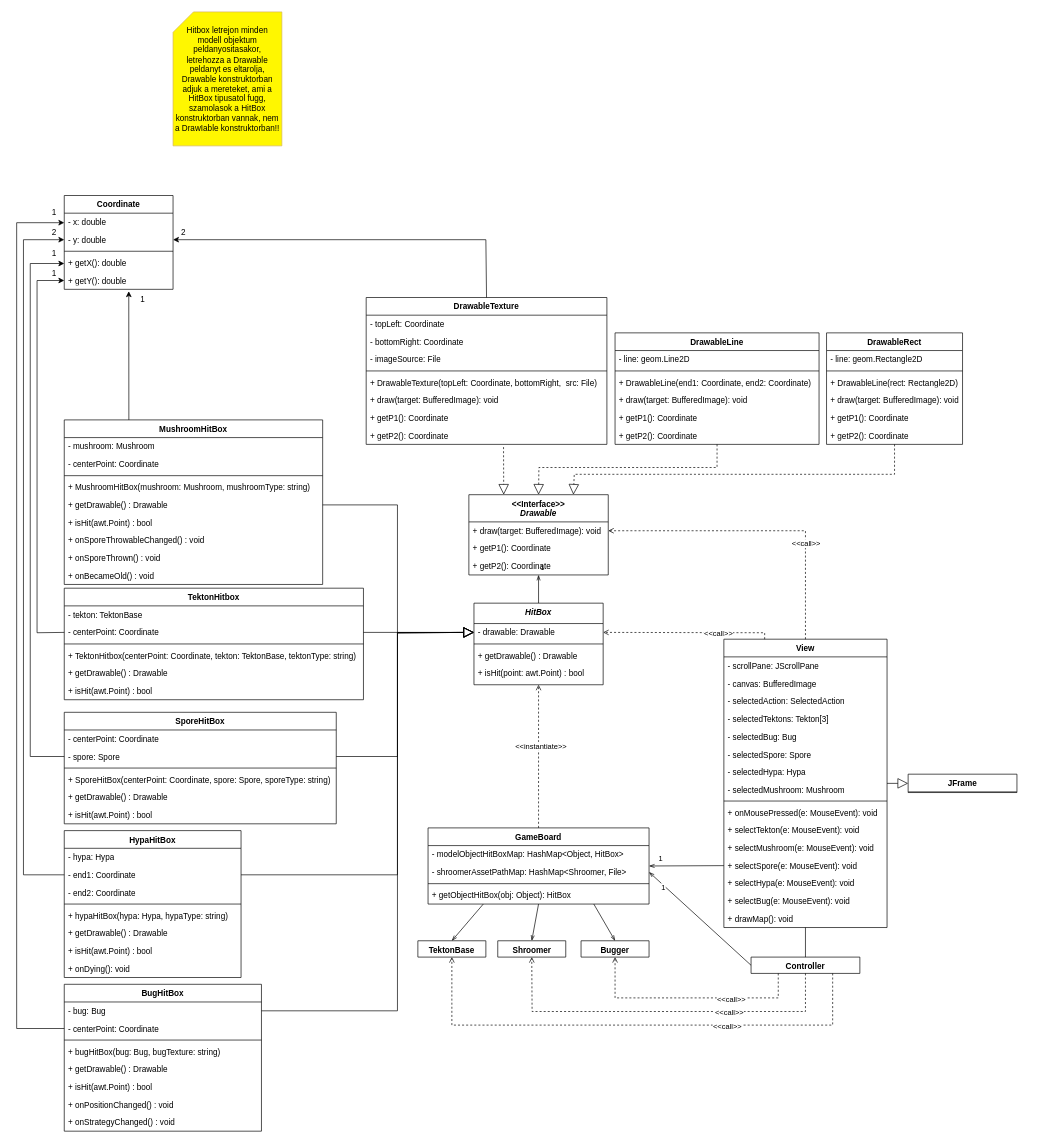
Earlier version of the draw.io diagram UML/grafikus classdiagram.drawio (Darknet500/Pandora-Fungis). Source tidied: cells renumbered, new cells numbered last; positions are measured from the earlier drawing's top-left corner, leaving out a move shared by most shapes. Both pictures are drawn from the tidied source at 68%, with x=0, y=0 at pixel (16, 12).
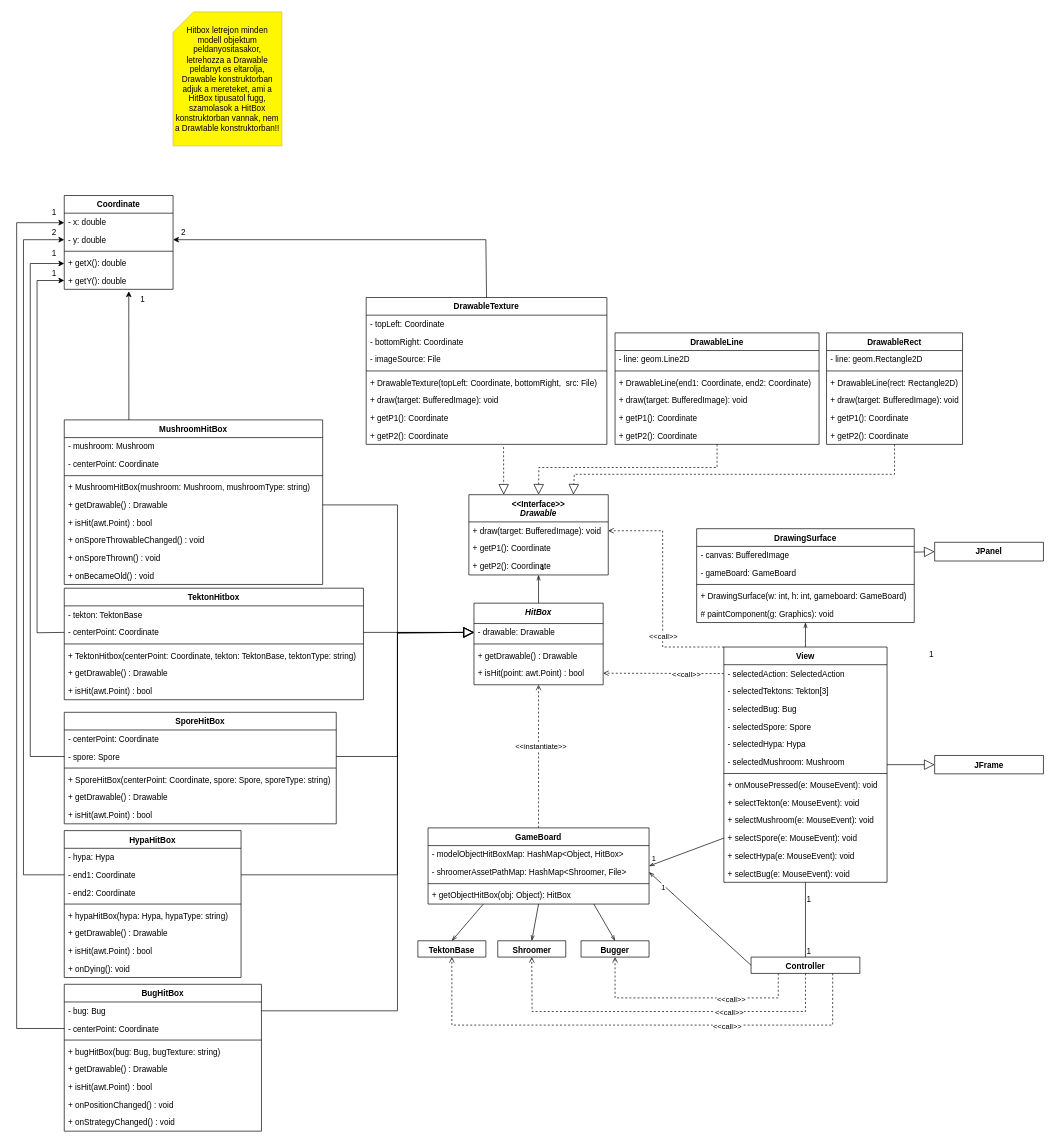
Above is the later version.

Commit message (it also covers changes not shown here):
temp_11, beadott class diagram grafikushoz

Unchanged cells that the change refers to:
```xml
<mxCell id="5" value="- drawable: Drawable" style="text;align=left;verticalAlign=top;spacingLeft=4;spacingRight=4;overflow=hidden;points=[[0,0.5],[1,0.5]];portConstraint=eastwest;" parent="4" vertex="1">
  <mxGeometry y="30" width="190" height="26" as="geometry" />
</mxCell>
<mxCell id="8" value="+ isHit(point: awt.Point) : bool" style="text;align=left;verticalAlign=top;spacingLeft=4;spacingRight=4;overflow=hidden;points=[[0,0.5],[1,0.5]];portConstraint=eastwest;" parent="4" vertex="1">
  <mxGeometry y="90" width="190" height="26" as="geometry" />
</mxCell>
<mxCell id="52" value="+ draw(target: BufferedImage): void" style="text;strokeColor=none;fillColor=none;align=left;verticalAlign=top;spacingLeft=4;spacingRight=4;overflow=hidden;points=[[0,0.5],[1,0.5]];portConstraint=eastwest;whiteSpace=wrap;html=1;" parent="51" vertex="1">
  <mxGeometry y="40" width="205" height="26" as="geometry" />
</mxCell>
```

Diff of the diagram source:
```diff
@@
     <mxCell id="95" value="View" style="swimlane;fontStyle=1;align=center;verticalAlign=top;horizontal=1;startSize=26;whiteSpace=wrap;html=1;" parent="1" vertex="1">
-      <mxGeometry x="1040" y="922.5" width="240" height="424" as="geometry" />
+      <mxGeometry x="1040" y="934" width="240" height="346" as="geometry" />
     </mxCell>
-    <mxCell id="96" value="- scrollPane: JScrollPane" style="text;strokeColor=none;fillColor=none;align=left;verticalAlign=top;spacingLeft=4;spacingRight=4;overflow=hidden;whiteSpace=wrap;html=1;" parent="95" vertex="1">
-      <mxGeometry y="26" width="240" height="26" as="geometry" />
-    </mxCell>
-    <mxCell id="97" value="- canvas: BufferedImage" style="text;strokeColor=none;fillColor=none;align=left;verticalAlign=top;spacingLeft=4;spacingRight=4;overflow=hidden;whiteSpace=wrap;html=1;" parent="95" vertex="1">
-      <mxGeometry y="52" width="240" height="26" as="geometry" />
-    </mxCell>
     <mxCell id="98" value="- selectedAction: SelectedAction" style="text;strokeColor=none;fillColor=none;align=left;verticalAlign=top;spacingLeft=4;spacingRight=4;overflow=hidden;points=[[0,0.5],[1,0.5]];portConstraint=eastwest;whiteSpace=wrap;html=1;" parent="95" vertex="1">
-      <mxGeometry y="78" width="240" height="26" as="geometry" />
+      <mxGeometry y="26" width="240" height="26" as="geometry" />
     </mxCell>
     <mxCell id="99" value="- selectedTektons: Tekton[3]" style="text;strokeColor=none;fillColor=none;align=left;verticalAlign=top;spacingLeft=4;spacingRight=4;overflow=hidden;whiteSpace=wrap;html=1;" parent="95" vertex="1">
-      <mxGeometry y="104" width="240" height="26" as="geometry" />
+      <mxGeometry y="52" width="240" height="26" as="geometry" />
     </mxCell>
     <mxCell id="100" value="- selectedBug: Bug" style="text;strokeColor=none;fillColor=none;align=left;verticalAlign=top;spacingLeft=4;spacingRight=4;overflow=hidden;whiteSpace=wrap;html=1;" parent="95" vertex="1">
-      <mxGeometry y="130" width="240" height="26" as="geometry" />
+      <mxGeometry y="78" width="240" height="26" as="geometry" />
     </mxCell>
     <mxCell id="101" value="- selectedSpore: Spore" style="text;strokeColor=none;fillColor=none;align=left;verticalAlign=top;spacingLeft=4;spacingRight=4;overflow=hidden;whiteSpace=wrap;html=1;" parent="95" vertex="1">
-      <mxGeometry y="156" width="240" height="26" as="geometry" />
+      <mxGeometry y="104" width="240" height="26" as="geometry" />
     </mxCell>
     <mxCell id="102" value="- selectedHypa: Hypa" style="text;strokeColor=none;fillColor=none;align=left;verticalAlign=top;spacingLeft=4;spacingRight=4;overflow=hidden;whiteSpace=wrap;html=1;" parent="95" vertex="1">
-      <mxGeometry y="182" width="240" height="26" as="geometry" />
+      <mxGeometry y="130" width="240" height="26" as="geometry" />
     </mxCell>
     <mxCell id="103" value="- selectedMushroom: Mushroom" style="text;strokeColor=none;fillColor=none;align=left;verticalAlign=top;spacingLeft=4;spacingRight=4;overflow=hidden;whiteSpace=wrap;html=1;" parent="95" vertex="1">
-      <mxGeometry y="208" width="240" height="26" as="geometry" />
+      <mxGeometry y="156" width="240" height="26" as="geometry" />
     </mxCell>
     <mxCell id="104" style="line;html=1;strokeWidth=1;align=left;verticalAlign=middle;spacingTop=-1;spacingLeft=3;spacingRight=3;labelPosition=right;" parent="95" vertex="1">
-      <mxGeometry y="234" width="240" height="8" as="geometry" />
+      <mxGeometry y="182" width="240" height="8" as="geometry" />
     </mxCell>
     <mxCell id="105" value="+ onMousePressed(e: MouseEvent): void" style="text;align=left;verticalAlign=top;spacingLeft=4;spacingRight=4;overflow=hidden;" parent="95" vertex="1">
-      <mxGeometry y="242" width="240" height="26" as="geometry" />
+      <mxGeometry y="190" width="240" height="26" as="geometry" />
     </mxCell>
     <mxCell id="106" value="+ selectTekton(e: MouseEvent): void" style="text;align=left;verticalAlign=top;spacingLeft=4;spacingRight=4;overflow=hidden;" parent="95" vertex="1">
-      <mxGeometry y="268" width="240" height="26" as="geometry" />
+      <mxGeometry y="216" width="240" height="26" as="geometry" />
     </mxCell>
     <mxCell id="107" value="+ selectMushroom(e: MouseEvent): void" style="text;align=left;verticalAlign=top;spacingLeft=4;spacingRight=4;overflow=hidden;" parent="95" vertex="1">
-      <mxGeometry y="294" width="240" height="26" as="geometry" />
+      <mxGeometry y="242" width="240" height="26" as="geometry" />
     </mxCell>
     <mxCell id="108" value="+ selectSpore(e: MouseEvent): void" style="text;align=left;verticalAlign=top;spacingLeft=4;spacingRight=4;overflow=hidden;points=[[0,0.5],[1,0.5]];portConstraint=eastwest;" parent="95" vertex="1">
-      <mxGeometry y="320" width="240" height="26" as="geometry" />
+      <mxGeometry y="268" width="240" height="26" as="geometry" />
     </mxCell>
     <mxCell id="109" value="+ selectHypa(e: MouseEvent): void" style="text;align=left;verticalAlign=top;spacingLeft=4;spacingRight=4;overflow=hidden;" parent="95" vertex="1">
-      <mxGeometry y="346" width="240" height="26" as="geometry" />
+      <mxGeometry y="294" width="240" height="26" as="geometry" />
     </mxCell>
     <mxCell id="110" value="+ selectBug(e: MouseEvent): void" style="text;align=left;verticalAlign=top;spacingLeft=4;spacingRight=4;overflow=hidden;" parent="95" vertex="1">
-      <mxGeometry y="372" width="240" height="26" as="geometry" />
+      <mxGeometry y="320" width="240" height="26" as="geometry" />
     </mxCell>
-    <mxCell id="111" value="+ drawMap(): void" style="text;align=left;verticalAlign=top;spacingLeft=4;spacingRight=4;overflow=hidden;" parent="95" vertex="1">
-      <mxGeometry y="398" width="240" height="26" as="geometry" />
-    </mxCell>
@@
-    <mxCell id="116" style="endArrow=open;html=1;rounded=0;entryX=1;entryY=0.5;entryDx=0;entryDy=0;endFill=0;dashed=1;exitX=0.25;exitY=0;exitDx=0;exitDy=0;" parent="1" edge="1" source="95" target="5">
-      <mxGeometry relative="1" as="geometry">
-        <Array as="points">
-          <mxPoint x="1100" y="913" />
-        </Array>
-      </mxGeometry>
+    <mxCell id="116" style="endArrow=open;html=1;rounded=0;entryX=1;entryY=0.5;entryDx=0;entryDy=0;endFill=0;dashed=1;exitX=0;exitY=0.5;exitDx=0;exitDy=0;" parent="1" edge="1" source="98" target="8">
+      <mxGeometry relative="1" as="geometry" />
     </mxCell>
@@
-    <mxCell id="120" style="endArrow=open;html=1;rounded=0;entryX=1;entryY=0.5;entryDx=0;entryDy=0;endFill=0;dashed=1;exitX=0.5;exitY=0;exitDx=0;exitDy=0;" parent="1" edge="1" source="95" target="52">
+    <mxCell id="120" style="endArrow=open;html=1;rounded=0;entryX=1;entryY=0.5;entryDx=0;entryDy=0;endFill=0;dashed=1;exitX=0;exitY=0;exitDx=0;exitDy=0;" parent="1" edge="1" source="95" target="52">
       <mxGeometry relative="1" as="geometry">
         <Array as="points">
-          <mxPoint x="1160" y="763" />
+          <mxPoint x="950" y="934" />
+          <mxPoint x="950" y="763" />
         </Array>
       </mxGeometry>
     </mxCell>
@@
-    <mxCell id="137" value="JFrame" style="swimlane;fontStyle=1;align=center;verticalAlign=top;horizontal=1;startSize=26;whiteSpace=wrap;html=1;" parent="1" vertex="1">
-      <mxGeometry x="1311" y="1121" width="160" height="27" as="geometry" />
+    <mxCell id="137" value="JFrame" style="swimlane;fontStyle=1;align=center;verticalAlign=top;horizontal=1;startSize=0;whiteSpace=wrap;html=1;" parent="1" vertex="1">
+      <mxGeometry x="1350" y="1093.5" width="160" height="27" as="geometry" />
     </mxCell>
@@
     <mxCell id="139" value="1" style="edgeLabel;html=1;align=center;verticalAlign=middle;" parent="1" vertex="1">
-      <mxGeometry x="730" y="820" as="geometry">
+      <mxGeometry x="720" y="820" as="geometry">
         <mxPoint x="216" y="424" as="offset" />
       </mxGeometry>
     </mxCell>
@@
+    <mxCell id="153" value="DrawingSurface" style="swimlane;fontStyle=1;align=center;verticalAlign=top;horizontal=1;startSize=26;whiteSpace=wrap;html=1;" parent="1" vertex="1">
+      <mxGeometry x="1000" y="760" width="320" height="138" as="geometry" />
+    </mxCell>
+    <mxCell id="154" value="- canvas: BufferedImage" style="text;strokeColor=none;fillColor=none;align=left;verticalAlign=top;spacingLeft=4;spacingRight=4;overflow=hidden;whiteSpace=wrap;html=1;" parent="153" vertex="1">
+      <mxGeometry y="26" width="320" height="26" as="geometry" />
+    </mxCell>
+    <mxCell id="97" value="- gameBoard: GameBoard" style="text;strokeColor=none;fillColor=none;align=left;verticalAlign=top;spacingLeft=4;spacingRight=4;overflow=hidden;whiteSpace=wrap;html=1;" parent="153" vertex="1">
+      <mxGeometry y="52" width="320" height="26" as="geometry" />
+    </mxCell>
+    <mxCell id="155" style="line;html=1;strokeWidth=1;align=left;verticalAlign=middle;spacingTop=-1;spacingLeft=3;spacingRight=3;labelPosition=right;" parent="153" vertex="1">
+      <mxGeometry y="78" width="320" height="8" as="geometry" />
+    </mxCell>
+    <mxCell id="156" value="+ DrawingSurface(w: int, h: int, gameboard: GameBoard)" style="text;strokeColor=none;fillColor=none;align=left;verticalAlign=top;spacingLeft=4;spacingRight=4;overflow=hidden;whiteSpace=wrap;html=1;" parent="153" vertex="1">
+      <mxGeometry y="86" width="320" height="26" as="geometry" />
+    </mxCell>
+    <mxCell id="157" value="# paintComponent(g: Graphics): void" style="text;strokeColor=none;fillColor=none;align=left;verticalAlign=top;spacingLeft=4;spacingRight=4;overflow=hidden;whiteSpace=wrap;html=1;" parent="153" vertex="1">
+      <mxGeometry y="112" width="320" height="26" as="geometry" />
+    </mxCell>
+    <mxCell id="158" value="JPanel" style="swimlane;fontStyle=1;align=center;verticalAlign=top;horizontal=1;startSize=28;whiteSpace=wrap;html=1;" parent="1" vertex="1">
+      <mxGeometry x="1350" y="780" width="160" height="27.5" as="geometry" />
+    </mxCell>
+    <mxCell id="159" style="endArrow=block;html=1;rounded=0;exitX=1;exitY=0.25;exitDx=0;exitDy=0;endFill=0;endSize=13;entryX=0;entryY=0.5;entryDx=0;entryDy=0;" parent="1" edge="1" source="153" target="158">
+      <mxGeometry relative="1" as="geometry" />
+    </mxCell>
+    <mxCell id="160" style="endArrow=openThin;html=1;rounded=0;exitX=0.5;exitY=0;exitDx=0;exitDy=0;endFill=0;entryX=0.5;entryY=1;entryDx=0;entryDy=0;" parent="1" edge="1" source="95" target="153">
+      <mxGeometry relative="1" as="geometry" />
+    </mxCell>
+    <mxCell id="161" value="1" style="text;html=1;align=center;verticalAlign=middle;strokeColor=none;fillColor=none;" parent="1" vertex="1">
+      <mxGeometry x="1330" y="930" width="30" height="30" as="geometry" />
+    </mxCell>
+    <mxCell id="162" value="1" style="text;html=1;align=center;verticalAlign=middle;strokeColor=none;fillColor=none;" parent="1" vertex="1">
+      <mxGeometry x="1150" y="1290" width="30" height="30" as="geometry" />
+    </mxCell>
+    <mxCell id="163" value="1" style="text;html=1;align=center;verticalAlign=middle;strokeColor=none;fillColor=none;" parent="1" vertex="1">
+      <mxGeometry x="1150" y="1367" width="30" height="30" as="geometry" />
+    </mxCell>
```
